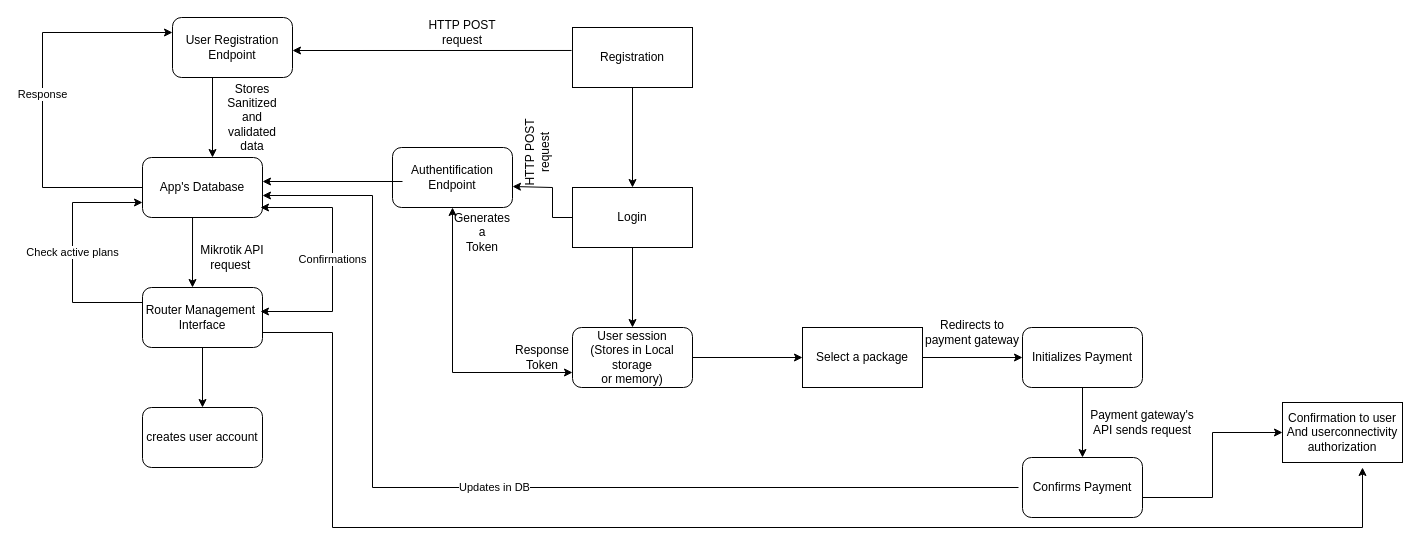
Above: rechargeApp.drawio in LeloKarma/website (draw.io), before the change. Source tidied: cells renumbered, new cells numbered last; positions are measured from the earlier drawing's top-left corner, leaving out a move shared by most shapes. Both pictures are drawn from the tidied source at 100%, with x=0, y=0 at pixel (42, 17).
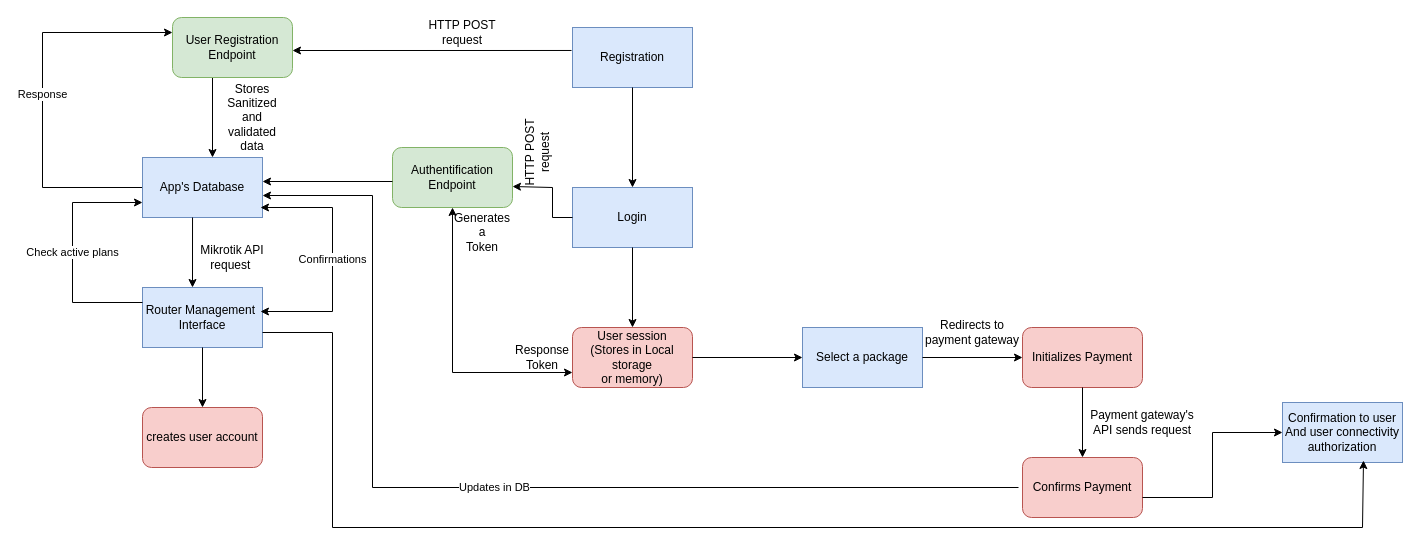
Above is the later version.

Change to the diagram source:
```diff
@@
-    <mxCell id="2" value="Registration" style="rounded=0;whiteSpace=wrap;html=1;" parent="1" vertex="1">
+    <mxCell id="2" value="Registration" style="rounded=0;whiteSpace=wrap;html=1;fillColor=#dae8fc;strokeColor=#6c8ebf;" parent="1" vertex="1">
       <mxGeometry x="530" y="10" width="120" height="60" as="geometry" />
     </mxCell>
-    <mxCell id="3" value="Login" style="rounded=0;whiteSpace=wrap;html=1;" parent="1" vertex="1">
+    <mxCell id="3" value="Login" style="rounded=0;whiteSpace=wrap;html=1;fillColor=#dae8fc;strokeColor=#6c8ebf;" parent="1" vertex="1">
       <mxGeometry x="530" y="170" width="120" height="60" as="geometry" />
     </mxCell>
@@
-    <mxCell id="8" value="App's Database" style="rounded=1;whiteSpace=wrap;html=1;" parent="1" vertex="1">
+    <mxCell id="8" value="App's Database" style="whiteSpace=wrap;html=1;fillColor=#dae8fc;strokeColor=#6c8ebf;" parent="1" vertex="1">
       <mxGeometry x="100" y="140" width="120" height="60" as="geometry" />
     </mxCell>
@@
-    <mxCell id="10" value="User Registration&lt;br style=&quot;border-color: var(--border-color);&quot;&gt;Endpoint" style="rounded=1;whiteSpace=wrap;html=1;" parent="1" vertex="1">
+    <mxCell id="10" value="User Registration&lt;br style=&quot;border-color: var(--border-color);&quot;&gt;Endpoint" style="rounded=1;whiteSpace=wrap;html=1;fillColor=#d5e8d4;strokeColor=#82b366;" parent="1" vertex="1">
       <mxGeometry x="130" width="120" height="60" as="geometry" />
     </mxCell>
@@
-    <mxCell id="12" value="Router Management&amp;nbsp;&lt;br&gt;Interface" style="rounded=1;whiteSpace=wrap;html=1;" parent="1" vertex="1">
+    <mxCell id="12" value="Router Management&amp;nbsp;&lt;br&gt;Interface" style="whiteSpace=wrap;html=1;fillColor=#dae8fc;strokeColor=#6c8ebf;" parent="1" vertex="1">
       <mxGeometry x="100" y="270" width="120" height="60" as="geometry" />
     </mxCell>
@@
-    <mxCell id="14" value="creates user account" style="rounded=1;whiteSpace=wrap;html=1;" parent="1" vertex="1">
+    <mxCell id="14" value="creates user account" style="rounded=1;whiteSpace=wrap;html=1;fillColor=#f8cecc;strokeColor=#b85450;" parent="1" vertex="1">
       <mxGeometry x="100" y="390" width="120" height="60" as="geometry" />
     </mxCell>
@@
-    <mxCell id="18" value="Authentification&lt;br&gt;Endpoint" style="rounded=1;whiteSpace=wrap;html=1;" parent="1" vertex="1">
+    <mxCell id="18" value="Authentification&lt;br&gt;Endpoint" style="rounded=1;whiteSpace=wrap;html=1;fillColor=#d5e8d4;strokeColor=#82b366;" parent="1" vertex="1">
       <mxGeometry x="350" y="130" width="120" height="60" as="geometry" />
     </mxCell>
     <mxCell id="19" style="endArrow=classic;html=1;rounded=0;entryX=1;entryY=0.4;entryDx=0;entryDy=0;entryPerimeter=0;" parent="1" edge="1" target="8">
       <mxGeometry relative="1" as="geometry">
-        <mxPoint x="360" y="164" as="sourcePoint" />
+        <mxPoint x="350" y="164" as="sourcePoint" />
       </mxGeometry>
     </mxCell>
@@
-    <mxCell id="25" value="User session&lt;br style=&quot;border-color: var(--border-color);&quot;&gt;(Stores in Local storage&lt;br style=&quot;border-color: var(--border-color);&quot;&gt;or memory)" style="rounded=1;whiteSpace=wrap;html=1;" parent="1" vertex="1">
+    <mxCell id="25" value="User session&lt;br style=&quot;border-color: var(--border-color);&quot;&gt;(Stores in Local storage&lt;br style=&quot;border-color: var(--border-color);&quot;&gt;or memory)" style="rounded=1;whiteSpace=wrap;html=1;fillColor=#f8cecc;strokeColor=#b85450;" parent="1" vertex="1">
       <mxGeometry x="530" y="310" width="120" height="60" as="geometry" />
     </mxCell>
-    <mxCell id="26" value="Select a package" style="rounded=0;whiteSpace=wrap;html=1;" parent="1" vertex="1">
+    <mxCell id="26" value="Select a package" style="rounded=0;whiteSpace=wrap;html=1;fillColor=#dae8fc;strokeColor=#6c8ebf;" parent="1" vertex="1">
       <mxGeometry x="760" y="310" width="120" height="60" as="geometry" />
     </mxCell>
@@
-    <mxCell id="28" value="Initializes Payment" style="rounded=1;whiteSpace=wrap;html=1;" parent="1" vertex="1">
+    <mxCell id="28" value="Initializes Payment" style="rounded=1;whiteSpace=wrap;html=1;fillColor=#f8cecc;strokeColor=#b85450;" parent="1" vertex="1">
       <mxGeometry x="980" y="310" width="120" height="60" as="geometry" />
     </mxCell>
@@
-    <mxCell id="31" value="Confirms Payment" style="rounded=1;whiteSpace=wrap;html=1;" parent="1" vertex="1">
+    <mxCell id="31" value="Confirms Payment" style="rounded=1;whiteSpace=wrap;html=1;fillColor=#f8cecc;strokeColor=#b85450;" parent="1" vertex="1">
       <mxGeometry x="980" y="440" width="120" height="60" as="geometry" />
     </mxCell>
@@
-    <mxCell id="37" value="Confirmation to user&lt;br&gt;And userconnectivity authorization" style="rounded=0;whiteSpace=wrap;html=1;" parent="1" vertex="1">
+    <mxCell id="37" value="Confirmation to user&lt;br&gt;And user connectivity authorization" style="rounded=0;whiteSpace=wrap;html=1;fillColor=#dae8fc;strokeColor=#6c8ebf;" parent="1" vertex="1">
       <mxGeometry x="1240" y="385" width="120" height="60" as="geometry" />
     </mxCell>
@@
-    <mxCell id="39" style="endArrow=classic;html=1;rounded=0;exitX=1;exitY=0.75;exitDx=0;exitDy=0;" parent="1" edge="1" source="12">
+    <mxCell id="39" style="endArrow=classic;html=1;rounded=0;exitX=1;exitY=0.75;exitDx=0;exitDy=0;entryX=0.675;entryY=0.967;entryDx=0;entryDy=0;entryPerimeter=0;" parent="1" edge="1" source="12" target="37">
       <mxGeometry relative="1" as="geometry">
-        <mxPoint x="1320" y="450" as="targetPoint" />
         <Array as="points">
           <mxPoint x="290" y="315" />
           <mxPoint x="290" y="510" />
           <mxPoint x="1320" y="510" />
         </Array>
       </mxGeometry>
     </mxCell>
```
